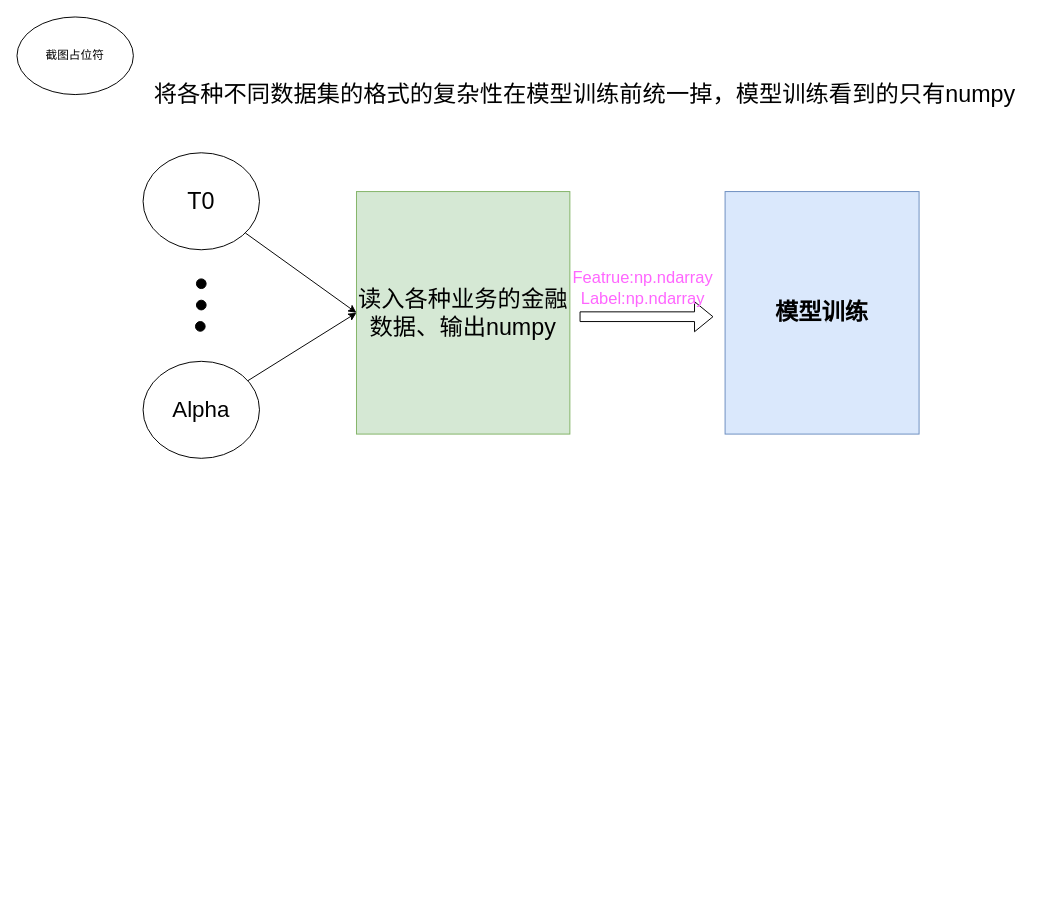
This is toolbox统一数据集.drawio from 111qqz/2018FALL, a draw.io file, before an edit. Source tidied: cells renumbered, new cells numbered last; positions are measured from the earlier drawing's top-left corner, leaving out a move shared by most shapes. Both pictures are drawn from the tidied source at 97%, with x=0, y=0 at pixel (16, 16).
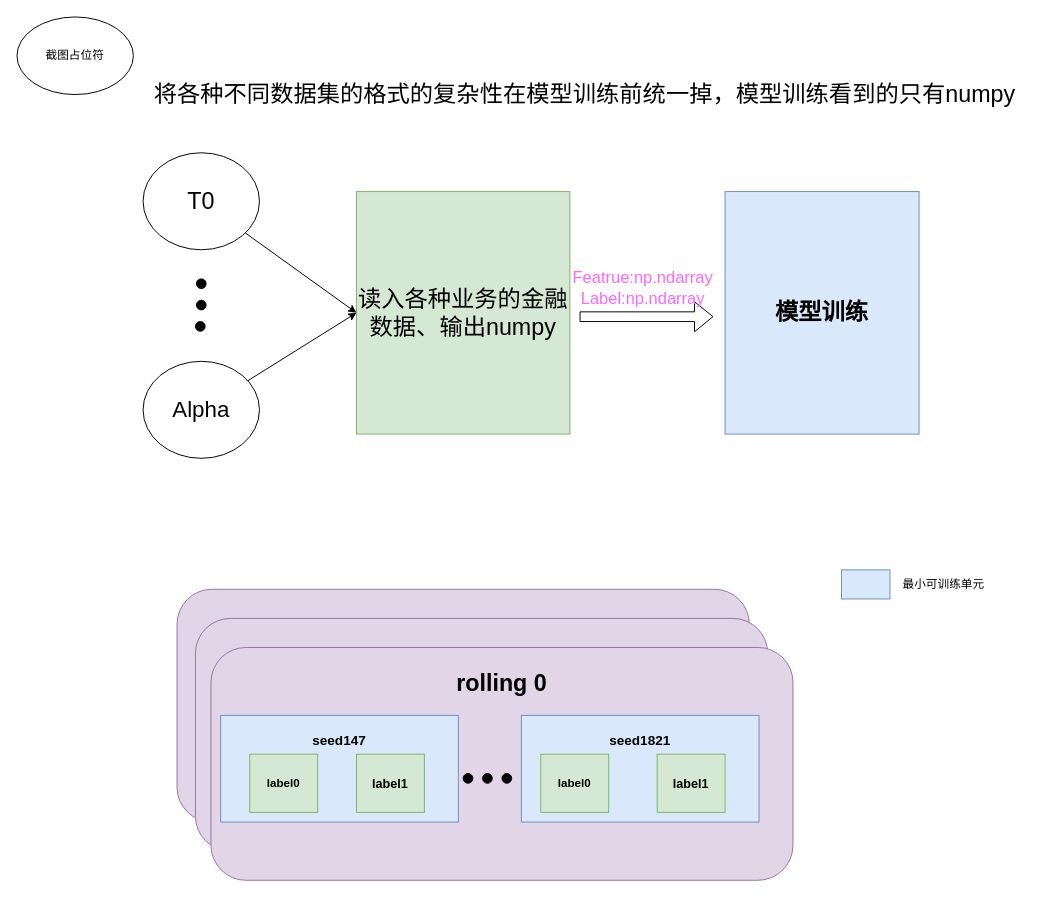
Above is the later version.

Commit message (it also covers changes not shown here):
更新toolbox统一数据集.drawio

What changed in the source:
```diff
@@
+    <mxCell id="15" style="rounded=1;whiteSpace=wrap;html=1;fillColor=#e1d5e7;strokeColor=#9673a6;" parent="1" vertex="1">
+      <mxGeometry x="165" y="590" width="590" height="240" as="geometry" />
+    </mxCell>
+    <mxCell id="16" style="rounded=1;whiteSpace=wrap;html=1;fillColor=#e1d5e7;strokeColor=#9673a6;" parent="1" vertex="1">
+      <mxGeometry x="184" y="620" width="590" height="240" as="geometry" />
+    </mxCell>
@@
+    <mxCell id="17" value="&lt;h1&gt;rolling 0&lt;/h1&gt;" style="rounded=1;whiteSpace=wrap;html=1;fillColor=#e1d5e7;strokeColor=#9673a6;align=center;verticalAlign=top;labelPosition=center;verticalLabelPosition=middle;horizontal=1;" parent="1" vertex="1">
+      <mxGeometry x="200" y="650" width="600" height="240" as="geometry" />
+    </mxCell>
@@
+    <mxCell id="18" value="&lt;p style=&quot;line-height: 120%;&quot;&gt;&lt;font style=&quot;font-size: 14px;&quot;&gt;&lt;b&gt;seed147&lt;/b&gt;&lt;/font&gt;&lt;/p&gt;" style="rounded=0;whiteSpace=wrap;html=1;fillColor=#dae8fc;strokeColor=#6c8ebf;align=center;labelPosition=center;verticalLabelPosition=middle;verticalAlign=top;" parent="1" vertex="1">
+      <mxGeometry x="210" y="720" width="245" height="110" as="geometry" />
+    </mxCell>
+    <mxCell id="19" value="&lt;b&gt;label0&lt;/b&gt;" style="rounded=0;whiteSpace=wrap;html=1;fillColor=#d5e8d4;strokeColor=#82b366;" parent="1" vertex="1">
+      <mxGeometry x="240" y="760" width="70" height="60" as="geometry" />
+    </mxCell>
+    <mxCell id="20" style="rounded=0;whiteSpace=wrap;html=1;fillColor=#dae8fc;strokeColor=#6c8ebf;" parent="1" vertex="1">
+      <mxGeometry x="850" y="570" width="50" height="30" as="geometry" />
+    </mxCell>
+    <mxCell id="21" value="最小可训练单元" style="text;html=1;align=center;verticalAlign=middle;strokeColor=none;fillColor=none;" parent="1" vertex="1">
+      <mxGeometry x="900" y="570" width="110" height="30" as="geometry" />
+    </mxCell>
+    <mxCell id="22" value="&lt;p style=&quot;line-height: 120%;&quot;&gt;&lt;font style=&quot;font-size: 14px;&quot;&gt;&lt;b&gt;seed1821&lt;/b&gt;&lt;/font&gt;&lt;/p&gt;" style="rounded=0;whiteSpace=wrap;html=1;fillColor=#dae8fc;strokeColor=#6c8ebf;align=center;labelPosition=center;verticalLabelPosition=middle;verticalAlign=top;" parent="1" vertex="1">
+      <mxGeometry x="520" y="720" width="245" height="110" as="geometry" />
+    </mxCell>
+    <mxCell id="23" value="&lt;b&gt;label0&lt;/b&gt;" style="rounded=0;whiteSpace=wrap;html=1;fillColor=#d5e8d4;strokeColor=#82b366;" parent="1" vertex="1">
+      <mxGeometry x="540" y="760" width="70" height="60" as="geometry" />
+    </mxCell>
+    <mxCell id="24" value="&lt;font style=&quot;font-size: 13px;&quot;&gt;&lt;b&gt;label1&lt;/b&gt;&lt;/font&gt;" style="rounded=0;whiteSpace=wrap;html=1;fillColor=#d5e8d4;strokeColor=#82b366;" parent="1" vertex="1">
+      <mxGeometry x="660" y="760" width="70" height="60" as="geometry" />
+    </mxCell>
+    <mxCell id="25" value="&lt;font style=&quot;font-size: 13px;&quot;&gt;&lt;b&gt;label1&lt;/b&gt;&lt;/font&gt;" style="rounded=0;whiteSpace=wrap;html=1;fillColor=#d5e8d4;strokeColor=#82b366;" parent="1" vertex="1">
+      <mxGeometry x="350" y="760" width="70" height="60" as="geometry" />
+    </mxCell>
+    <mxCell id="26" style="ellipse;whiteSpace=wrap;html=1;fillColor=#000000;" parent="1" vertex="1">
+      <mxGeometry x="460" y="780" width="10" height="10" as="geometry" />
+    </mxCell>
+    <mxCell id="27" style="ellipse;whiteSpace=wrap;html=1;fillColor=#000000;" parent="1" vertex="1">
+      <mxGeometry x="480" y="780" width="10" height="10" as="geometry" />
+    </mxCell>
+    <mxCell id="28" style="ellipse;whiteSpace=wrap;html=1;fillColor=#000000;" parent="1" vertex="1">
+      <mxGeometry x="500" y="780" width="10" height="10" as="geometry" />
+    </mxCell>
```
